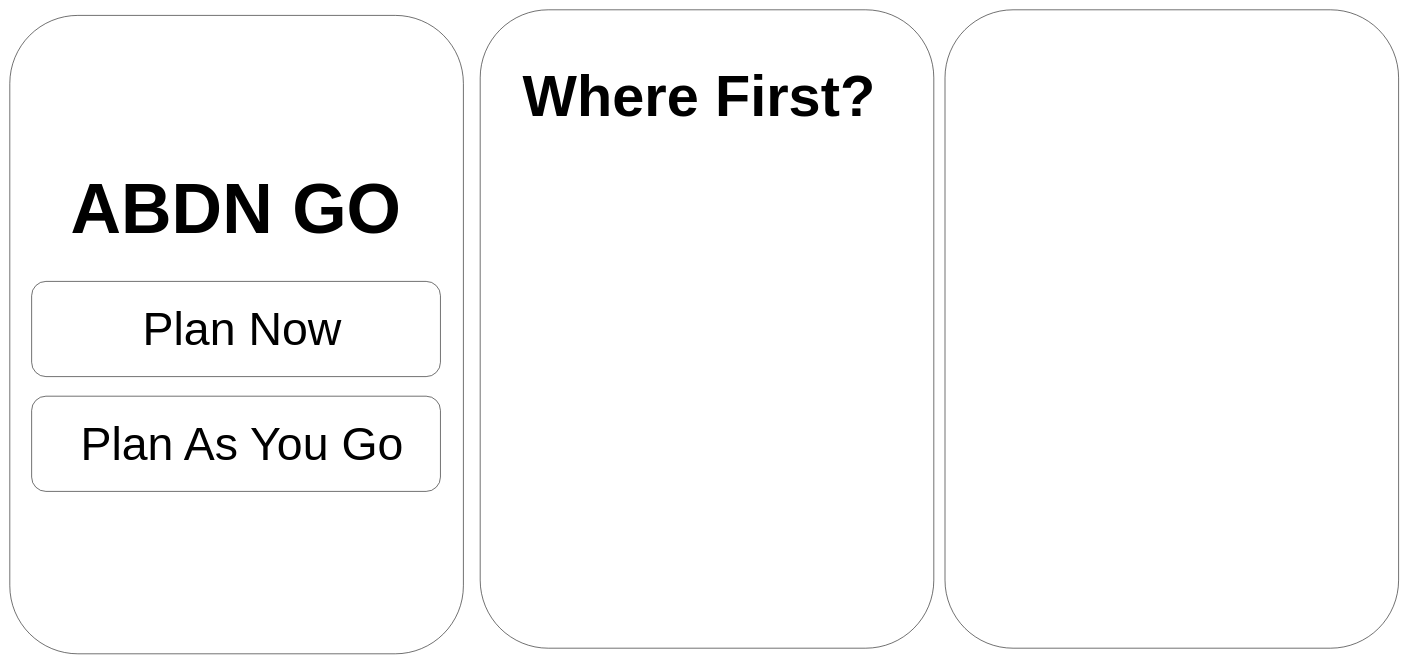
Before: abdn_go_wireframe.drawio in CodeTheCity/abdn_go, a draw.io diagram. Source tidied: cells renumbered, new cells numbered last; positions are measured from the earlier drawing's top-left corner, leaving out a move shared by most shapes. Both pictures are drawn from the tidied source at 56%, with x=0, y=0 at pixel (10, 10).
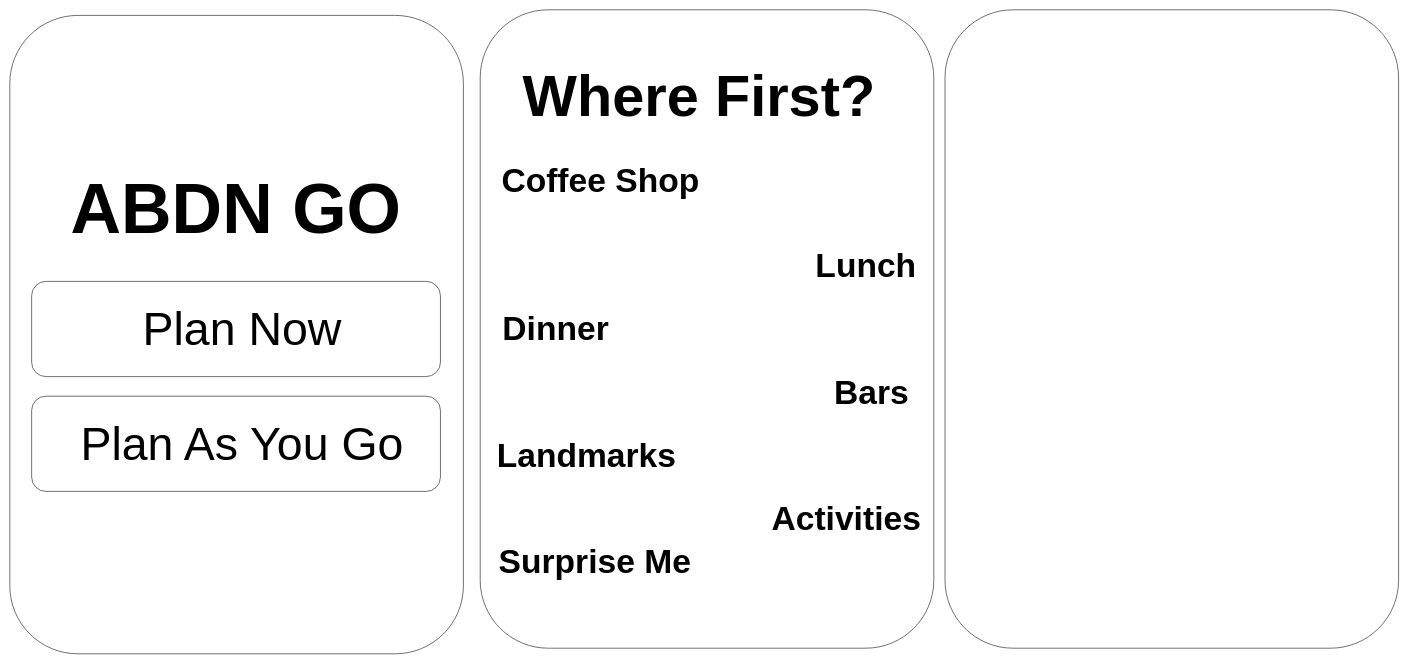
Above is the later version.

Change to the diagram source:
```diff
@@
 <mxGraphModel>
   <root>
     <mxCell id="0" />
     <mxCell id="1" parent="0" />
     <mxCell id="2" style="rounded=1;whiteSpace=wrap;html=1;" parent="1" vertex="1">
       <mxGeometry y="10" width="810" height="1140" as="geometry" />
     </mxCell>
     <mxCell id="3" style="rounded=1;whiteSpace=wrap;html=1;" parent="1" vertex="1">
       <mxGeometry x="840" width="810" height="1140" as="geometry" />
     </mxCell>
     <mxCell id="4" style="rounded=1;whiteSpace=wrap;html=1;" parent="1" vertex="1">
       <mxGeometry x="1670" width="810" height="1140" as="geometry" />
     </mxCell>
     <mxCell id="5" value="&lt;b&gt;&lt;font style=&quot;font-size: 125px;&quot;&gt;ABDN GO&lt;/font&gt;&lt;/b&gt;" style="text;html=1;strokeColor=none;fillColor=none;align=center;verticalAlign=middle;whiteSpace=wrap;rounded=0;" parent="1" vertex="1">
       <mxGeometry x="79" y="240" width="650" height="230" as="geometry" />
     </mxCell>
     <mxCell id="6" style="rounded=1;whiteSpace=wrap;html=1;" parent="1" vertex="1">
       <mxGeometry x="39" y="485" width="730" height="170" as="geometry" />
     </mxCell>
     <mxCell id="7" style="rounded=1;whiteSpace=wrap;html=1;" parent="1" vertex="1">
       <mxGeometry x="39" y="690" width="730" height="170" as="geometry" />
     </mxCell>
     <mxCell id="8" value="&lt;font style=&quot;font-size: 83px;&quot;&gt;Plan Now&lt;/font&gt;" style="text;html=1;strokeColor=none;fillColor=none;align=center;verticalAlign=middle;whiteSpace=wrap;rounded=0;" parent="1" vertex="1">
       <mxGeometry x="120" y="505" width="590" height="130" as="geometry" />
     </mxCell>
     <mxCell id="9" value="&lt;font style=&quot;font-size: 83px;&quot;&gt;Plan As You Go&lt;/font&gt;" style="text;html=1;strokeColor=none;fillColor=none;align=center;verticalAlign=middle;whiteSpace=wrap;rounded=0;" parent="1" vertex="1">
       <mxGeometry x="120" y="710" width="590" height="130" as="geometry" />
     </mxCell>
     <mxCell id="10" value="&lt;b style=&quot;&quot;&gt;&lt;font style=&quot;font-size: 103px;&quot;&gt;Where First?&lt;/font&gt;&lt;/b&gt;" style="text;html=1;strokeColor=none;fillColor=none;align=center;verticalAlign=middle;whiteSpace=wrap;rounded=0;" parent="1" vertex="1">
       <mxGeometry x="906" y="40" width="650" height="230" as="geometry" />
     </mxCell>
+    <mxCell id="11" value="&lt;span style=&quot;font-size: 60px;&quot;&gt;&lt;b style=&quot;font-size: 60px;&quot;&gt;Coffee Shop&lt;/b&gt;&lt;/span&gt;" style="text;html=1;strokeColor=none;fillColor=none;align=center;verticalAlign=middle;whiteSpace=wrap;rounded=0;fontSize=60;" parent="1" vertex="1">
+      <mxGeometry x="870" y="230" width="370" height="150" as="geometry" />
+    </mxCell>
+    <mxCell id="12" value="&lt;span style=&quot;font-size: 60px;&quot;&gt;&lt;b style=&quot;font-size: 60px;&quot;&gt;Lunch&lt;/b&gt;&lt;/span&gt;" style="text;html=1;strokeColor=none;fillColor=none;align=center;verticalAlign=middle;whiteSpace=wrap;rounded=0;fontSize=60;" parent="1" vertex="1">
+      <mxGeometry x="1414" y="381" width="230" height="150" as="geometry" />
+    </mxCell>
+    <mxCell id="13" value="&lt;span style=&quot;font-size: 60px;&quot;&gt;&lt;b style=&quot;font-size: 60px;&quot;&gt;Dinner&lt;/b&gt;&lt;/span&gt;" style="text;html=1;strokeColor=none;fillColor=none;align=center;verticalAlign=middle;whiteSpace=wrap;rounded=0;fontSize=60;" parent="1" vertex="1">
+      <mxGeometry x="870" y="494" width="210" height="150" as="geometry" />
+    </mxCell>
+    <mxCell id="14" value="&lt;span style=&quot;font-size: 60px;&quot;&gt;&lt;b style=&quot;font-size: 60px;&quot;&gt;Landmarks&lt;/b&gt;&lt;/span&gt;" style="text;html=1;strokeColor=none;fillColor=none;align=center;verticalAlign=middle;whiteSpace=wrap;rounded=0;fontSize=60;" parent="1" vertex="1">
+      <mxGeometry x="870" y="721" width="320" height="150" as="geometry" />
+    </mxCell>
+    <mxCell id="15" value="&lt;span style=&quot;font-size: 60px;&quot;&gt;&lt;b style=&quot;font-size: 60px;&quot;&gt;Bars&lt;/b&gt;&lt;/span&gt;" style="text;html=1;strokeColor=none;fillColor=none;align=center;verticalAlign=middle;whiteSpace=wrap;rounded=0;fontSize=60;" parent="1" vertex="1">
+      <mxGeometry x="1434" y="608" width="210" height="150" as="geometry" />
+    </mxCell>
+    <mxCell id="16" value="&lt;span style=&quot;font-size: 60px;&quot;&gt;&lt;b style=&quot;font-size: 60px;&quot;&gt;Activities&lt;/b&gt;&lt;/span&gt;" style="text;html=1;strokeColor=none;fillColor=none;align=center;verticalAlign=middle;whiteSpace=wrap;rounded=0;fontSize=60;" parent="1" vertex="1">
+      <mxGeometry x="1344" y="834" width="300" height="150" as="geometry" />
+    </mxCell>
+    <mxCell id="17" value="&lt;span style=&quot;font-size: 60px;&quot;&gt;&lt;b style=&quot;font-size: 60px;&quot;&gt;Surprise&lt;/b&gt;&lt;/span&gt;&lt;b style=&quot;font-size: 60px;&quot;&gt;&amp;nbsp;Me&lt;/b&gt;" style="text;html=1;strokeColor=none;fillColor=none;align=center;verticalAlign=middle;whiteSpace=wrap;rounded=0;fontSize=60;" parent="1" vertex="1">
+      <mxGeometry x="870" y="910" width="350" height="150" as="geometry" />
+    </mxCell>
   </root>
 </mxGraphModel>
```
